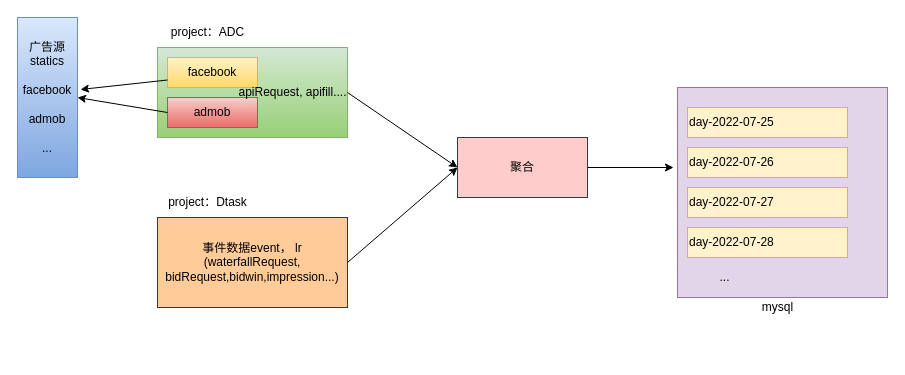
This is event.drawio from Sc-glong/diagrams, a draw.io file, before an edit. Source tidied: cells renumbered, new cells numbered last; positions are measured from the earlier drawing's top-left corner, leaving out a move shared by most shapes. Both pictures are drawn from the tidied source at 100%, with x=0, y=0 at pixel (17, 17).
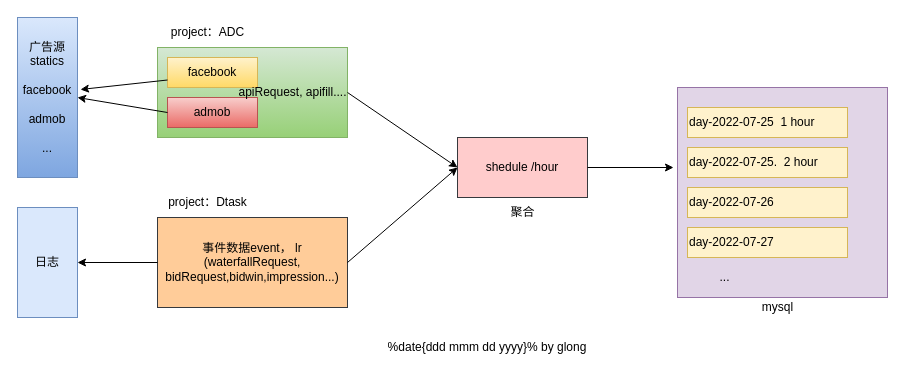
The same diagram, later.

Unchanged cells that the change refers to:
```xml
<mxCell id="9" value="事件数据event， lr&lt;br&gt;(waterfallRequest, bidRequest,bidwin,impression...)" style="rounded=0;whiteSpace=wrap;html=1;fillColor=#ffcc99;strokeColor=#36393d;" parent="1" vertex="1">
  <mxGeometry x="140" y="200" width="190" height="90" as="geometry" />
</mxCell>
```

The edit, as a diff of the source:
```diff
@@
-    <mxCell id="3" value="day-2022-07-25" style="rounded=0;whiteSpace=wrap;html=1;align=left;fillColor=#fff2cc;strokeColor=#d6b656;" parent="1" vertex="1">
+    <mxCell id="3" value="day-2022-07-25&amp;nbsp; 1 hour" style="rounded=0;whiteSpace=wrap;html=1;align=left;fillColor=#fff2cc;strokeColor=#d6b656;" parent="1" vertex="1">
       <mxGeometry x="670" y="90" width="160" height="30" as="geometry" />
     </mxCell>
-    <mxCell id="4" value="day-2022-07-26" style="rounded=0;whiteSpace=wrap;html=1;align=left;fillColor=#fff2cc;strokeColor=#d6b656;" parent="1" vertex="1">
+    <mxCell id="4" value="day-2022-07-25.&amp;nbsp; 2 hour" style="rounded=0;whiteSpace=wrap;html=1;align=left;fillColor=#fff2cc;strokeColor=#d6b656;" parent="1" vertex="1">
       <mxGeometry x="670" y="130" width="160" height="30" as="geometry" />
     </mxCell>
-    <mxCell id="5" value="&lt;span style=&quot;&quot;&gt;day-2022-07-27&lt;/span&gt;" style="rounded=0;whiteSpace=wrap;html=1;align=left;fillColor=#fff2cc;strokeColor=#d6b656;" parent="1" vertex="1">
+    <mxCell id="5" value="&lt;span style=&quot;&quot;&gt;day-2022-07-26&lt;/span&gt;" style="rounded=0;whiteSpace=wrap;html=1;align=left;fillColor=#fff2cc;strokeColor=#d6b656;" parent="1" vertex="1">
       <mxGeometry x="670" y="170" width="160" height="30" as="geometry" />
     </mxCell>
-    <mxCell id="6" value="&lt;span style=&quot;&quot;&gt;day-2022-07-28&lt;/span&gt;" style="rounded=0;whiteSpace=wrap;html=1;align=left;fillColor=#fff2cc;strokeColor=#d6b656;" parent="1" vertex="1">
+    <mxCell id="6" value="&lt;span style=&quot;&quot;&gt;day-2022-07-27&lt;/span&gt;" style="rounded=0;whiteSpace=wrap;html=1;align=left;fillColor=#fff2cc;strokeColor=#d6b656;" parent="1" vertex="1">
       <mxGeometry x="670" y="210" width="160" height="30" as="geometry" />
     </mxCell>
@@
-    <mxCell id="18" value="聚合" style="rounded=0;whiteSpace=wrap;html=1;fillColor=#ffcccc;strokeColor=#36393d;" parent="1" vertex="1">
+    <mxCell id="18" value="shedule /hour" style="rounded=0;whiteSpace=wrap;html=1;fillColor=#ffcccc;strokeColor=#36393d;" parent="1" vertex="1">
       <mxGeometry x="440" y="120" width="130" height="60" as="geometry" />
     </mxCell>
@@
+    <mxCell id="23" value="&lt;span style=&quot;&quot;&gt;聚合&lt;/span&gt;" style="text;html=1;align=center;verticalAlign=middle;strokeColor=none;fillColor=none;" parent="1" vertex="1">
+      <mxGeometry x="480" y="180" width="50" height="30" as="geometry" />
+    </mxCell>
+    <mxCell id="24" value="日志" style="rounded=0;whiteSpace=wrap;html=1;fillColor=#dae8fc;strokeColor=#6c8ebf;" parent="1" vertex="1">
+      <mxGeometry y="190" width="60" height="110" as="geometry" />
+    </mxCell>
+    <mxCell id="25" style="endArrow=classic;html=1;rounded=0;entryX=1;entryY=0.5;entryDx=0;entryDy=0;" parent="1" edge="1" source="9" target="24">
+      <mxGeometry relative="1" as="geometry" />
+    </mxCell>
+    <mxCell id="26" value="%date{ddd mmm dd yyyy}% by glong" style="text;html=1;strokeColor=none;fillColor=none;align=center;verticalAlign=middle;whiteSpace=wrap;overflow=hidden;" parent="1" vertex="1">
+      <mxGeometry x="360" y="320" width="220" height="20" as="geometry" />
+    </mxCell>
```
